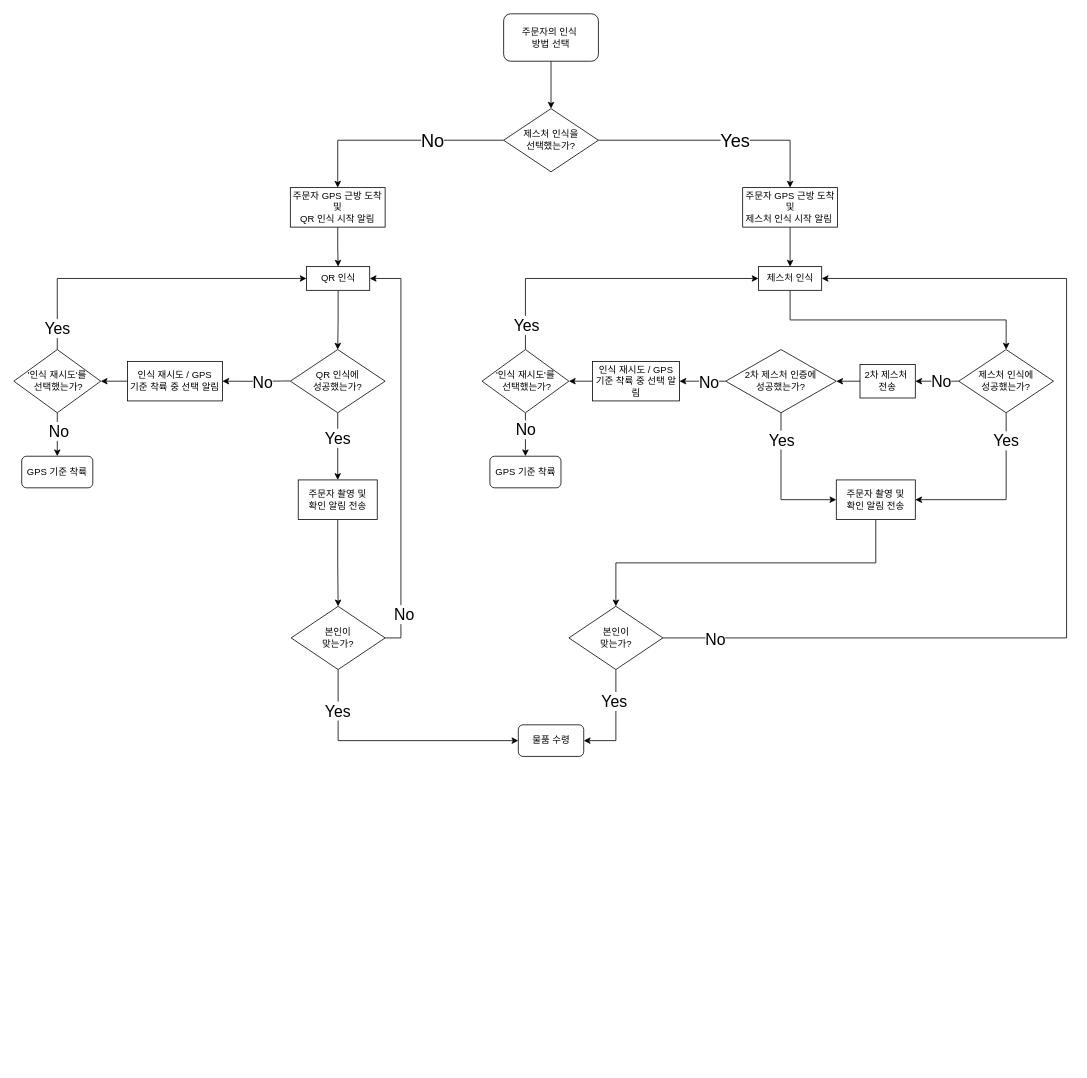
giljihun/TIL keeps this draw.io diagram as '23특허/제스처인식드론.drawio. Above is the earlier version. Source tidied: cells renumbered, new cells numbered last; positions are measured from the earlier drawing's top-left corner, leaving out a move shared by most shapes. Both pictures are drawn from the tidied source at 79%, with x=0, y=0 at pixel (13, 13).
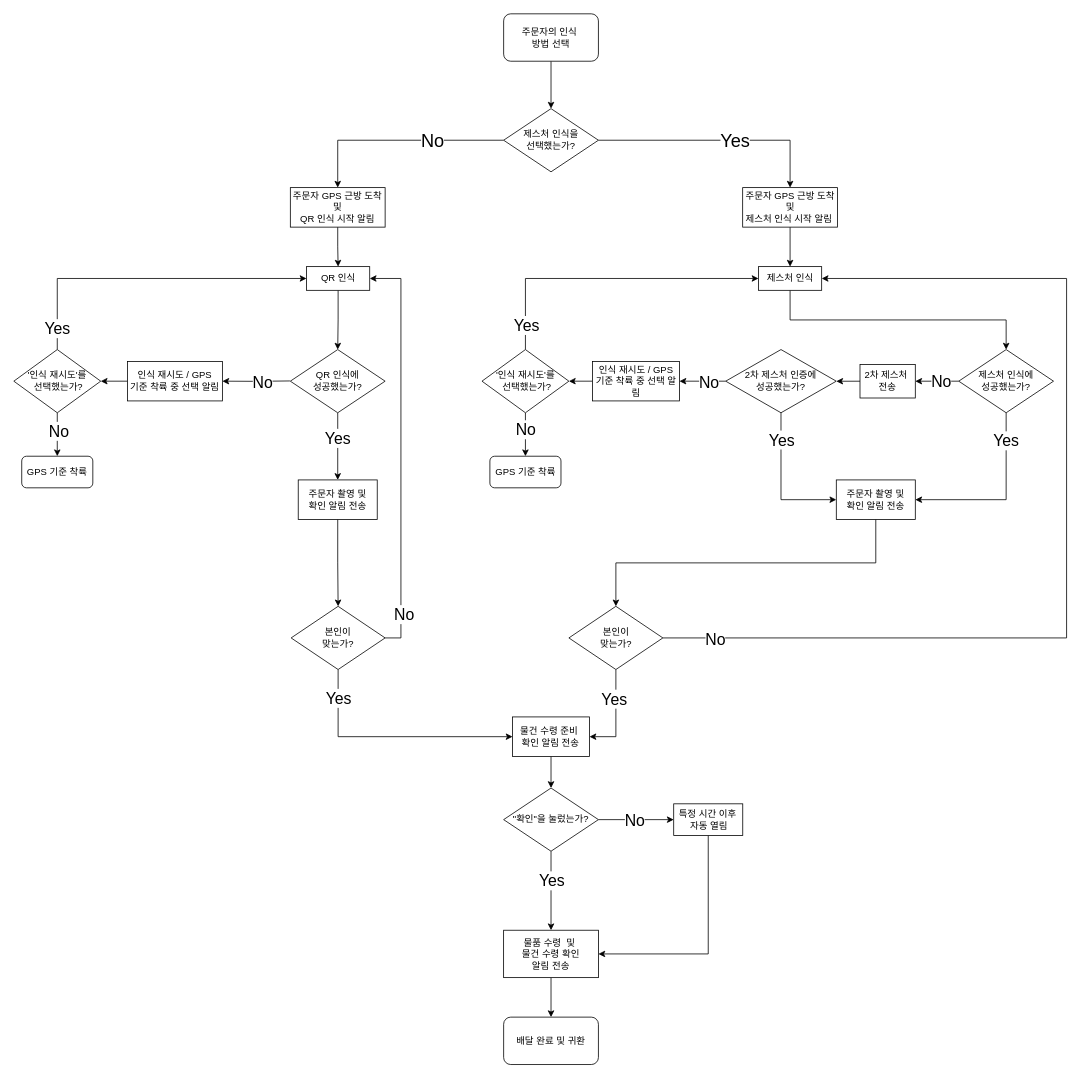
Above is the later version.

Commit message:
제스처인식드론.drawio 업데이트

Unchanged cells that the change refers to:
```xml
<mxCell id="10" value="본인이&lt;br&gt;맞는가?" style="rhombus;whiteSpace=wrap;html=1;" parent="1" vertex="1">
  <mxGeometry x="702.6" y="750" width="119" height="80" as="geometry" />
</mxCell>
<mxCell id="58" value="본인이&lt;br&gt;맞는가?" style="rhombus;whiteSpace=wrap;html=1;" parent="1" vertex="1">
  <mxGeometry x="351" y="750" width="119" height="80" as="geometry" />
</mxCell>
```

What changed in the source:
```diff
@@
-    <mxCell id="8" style="edgeStyle=orthogonalEdgeStyle;rounded=0;jettySize=auto;html=1;exitX=0.5;exitY=1;exitDx=0;exitDy=0;entryX=1;entryY=0.5;entryDx=0;entryDy=0;" parent="1" edge="1" source="10" target="12">
+    <mxCell id="8" style="edgeStyle=orthogonalEdgeStyle;rounded=0;jettySize=auto;html=1;exitX=0.5;exitY=1;exitDx=0;exitDy=0;entryX=1;entryY=0.5;entryDx=0;entryDy=0;" parent="1" edge="1" source="10" target="64">
       <mxGeometry relative="1" as="geometry" />
     </mxCell>
@@
-    <mxCell id="12" value="물품 수령" style="rounded=1;whiteSpace=wrap;html=1;" parent="1" vertex="1">
-      <mxGeometry x="638.6" y="900" width="82.8" height="40" as="geometry" />
-    </mxCell>
@@
-    <mxCell id="54" style="edgeStyle=orthogonalEdgeStyle;rounded=0;jettySize=auto;html=1;exitX=0.5;exitY=1;exitDx=0;exitDy=0;entryX=0;entryY=0.5;entryDx=0;entryDy=0;" parent="1" edge="1" source="58" target="12">
+    <mxCell id="54" style="edgeStyle=orthogonalEdgeStyle;rounded=0;jettySize=auto;html=1;exitX=0.5;exitY=1;exitDx=0;exitDy=0;entryX=0;entryY=0.5;entryDx=0;entryDy=0;" parent="1" edge="1" source="58" target="64">
       <mxGeometry relative="1" as="geometry" />
     </mxCell>
     <mxCell id="55" value="&lt;font style=&quot;font-size: 20px;&quot;&gt;Yes&lt;/font&gt;" style="edgeLabel;html=1;align=center;verticalAlign=middle;" parent="54" vertex="1">
       <mxGeometry x="-0.68" y="-3" relative="1" as="geometry">
-        <mxPoint x="2" as="offset" />
+        <mxPoint x="3" y="-14" as="offset" />
       </mxGeometry>
     </mxCell>
@@
+    <mxCell id="63" style="edgeStyle=orthogonalEdgeStyle;rounded=0;jettySize=auto;html=1;exitX=0.5;exitY=1;exitDx=0;exitDy=0;entryX=0.5;entryY=0;entryDx=0;entryDy=0;" parent="1" edge="1" source="64" target="69">
+      <mxGeometry relative="1" as="geometry" />
+    </mxCell>
+    <mxCell id="64" value="물건 수령 준비&amp;nbsp;&lt;br&gt;확인 알림 전송" style="rounded=0;whiteSpace=wrap;html=1;" parent="1" vertex="1">
+      <mxGeometry x="631.3" y="890" width="97.4" height="50" as="geometry" />
+    </mxCell>
+    <mxCell id="65" style="edgeStyle=orthogonalEdgeStyle;rounded=0;jettySize=auto;html=1;exitX=0.5;exitY=1;exitDx=0;exitDy=0;entryX=0.5;entryY=0;entryDx=0;entryDy=0;" parent="1" edge="1" source="69" target="73">
+      <mxGeometry relative="1" as="geometry" />
+    </mxCell>
+    <mxCell id="66" value="&lt;font style=&quot;font-size: 20px;&quot;&gt;Yes&lt;/font&gt;" style="edgeLabel;html=1;align=center;verticalAlign=middle;" parent="65" vertex="1">
+      <mxGeometry x="-0.28" relative="1" as="geometry" />
+    </mxCell>
+    <mxCell id="67" style="edgeStyle=orthogonalEdgeStyle;rounded=0;jettySize=auto;html=1;exitX=1;exitY=0.5;exitDx=0;exitDy=0;entryX=0;entryY=0.5;entryDx=0;entryDy=0;" parent="1" edge="1" source="69" target="71">
+      <mxGeometry relative="1" as="geometry" />
+    </mxCell>
+    <mxCell id="68" value="&lt;font style=&quot;font-size: 20px;&quot;&gt;No&lt;/font&gt;" style="edgeLabel;html=1;align=center;verticalAlign=middle;" parent="67" vertex="1">
+      <mxGeometry x="-0.1" relative="1" as="geometry">
+        <mxPoint x="2" as="offset" />
+      </mxGeometry>
+    </mxCell>
+    <mxCell id="69" value="&quot;확인&quot;을 눌렀는가?" style="rhombus;whiteSpace=wrap;html=1;" parent="1" vertex="1">
+      <mxGeometry x="620" y="980" width="120" height="80" as="geometry" />
+    </mxCell>
+    <mxCell id="70" style="edgeStyle=orthogonalEdgeStyle;rounded=0;jettySize=auto;html=1;exitX=0.5;exitY=1;exitDx=0;exitDy=0;entryX=1;entryY=0.5;entryDx=0;entryDy=0;" parent="1" edge="1" source="71" target="73">
+      <mxGeometry relative="1" as="geometry" />
+    </mxCell>
+    <mxCell id="71" value="특정 시간 이후&lt;br&gt;&amp;nbsp;자동 열림" style="whiteSpace=wrap;html=1;" parent="1" vertex="1">
+      <mxGeometry x="835.3" y="1000" width="87.4" height="40" as="geometry" />
+    </mxCell>
+    <mxCell id="72" style="edgeStyle=orthogonalEdgeStyle;rounded=0;jettySize=auto;html=1;exitX=0.5;exitY=1;exitDx=0;exitDy=0;" parent="1" edge="1" source="73" target="74">
+      <mxGeometry relative="1" as="geometry" />
+    </mxCell>
+    <mxCell id="73" value="물품 수령&amp;nbsp; 및&amp;nbsp;&lt;br style=&quot;border-color: var(--border-color);&quot;&gt;물건 수령 확인&lt;br style=&quot;border-color: var(--border-color);&quot;&gt;알림 전송" style="rounded=0;whiteSpace=wrap;html=1;" parent="1" vertex="1">
+      <mxGeometry x="620" y="1160" width="120" height="60" as="geometry" />
+    </mxCell>
+    <mxCell id="74" value="배달 완료 및 귀환" style="rounded=1;whiteSpace=wrap;html=1;" parent="1" vertex="1">
+      <mxGeometry x="620" y="1270" width="120" height="60" as="geometry" />
+    </mxCell>
```
